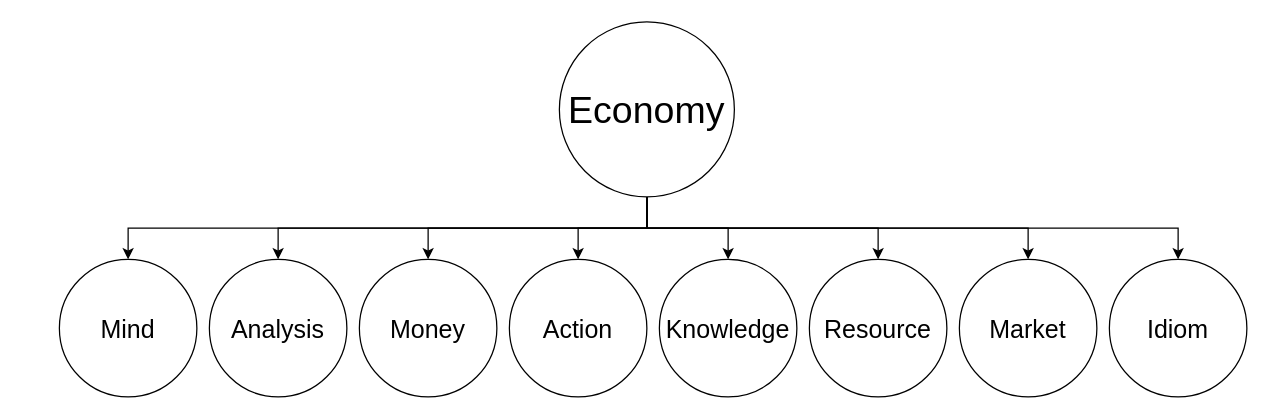
Before: page "Economy" (1 of 5) of design/file.drawio in kashanimorteza/economy_document, a draw.io diagram. Source tidied: cells renumbered, new cells numbered last; positions are measured from the earlier drawing's top-left corner, leaving out a move shared by most shapes. Both pictures are drawn from the tidied source at 125%, with x=0, y=0 at pixel (59, 21).
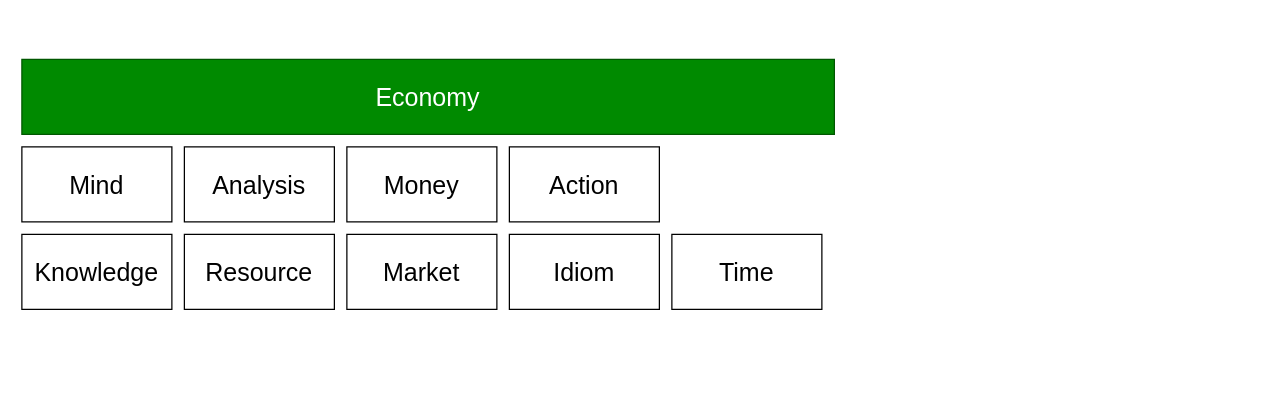
After the change.

What changed in the source:
```diff
@@
 <mxGraphModel>
   <root>
     <mxCell id="0" />
     <mxCell id="1" parent="0" />
-    <mxCell id="2" style="edgeStyle=orthogonalEdgeStyle;rounded=0;jettySize=auto;html=1;exitX=0.5;exitY=1;exitDx=0;exitDy=0;" parent="1" edge="1" source="4" target="5">
-      <mxGeometry relative="1" as="geometry" />
-    </mxCell>
-    <mxCell id="3" style="edgeStyle=orthogonalEdgeStyle;rounded=0;jettySize=auto;html=1;strokeColor=default;align=center;verticalAlign=middle;fontFamily=Helvetica;fontSize=11;fontColor=default;labelBackgroundColor=default;endArrow=classic;exitX=0.5;exitY=1;exitDx=0;exitDy=0;" parent="1" edge="1" source="4" target="6">
-      <mxGeometry relative="1" as="geometry" />
-    </mxCell>
-    <mxCell id="4" value="&lt;font style=&quot;font-size: 30px;&quot;&gt;Economy&lt;/font&gt;" style="ellipse;whiteSpace=wrap;html=1;" parent="1" vertex="1">
-      <mxGeometry x="400" width="140" height="140" as="geometry" />
-    </mxCell>
-    <mxCell id="5" value="Knowledge" style="ellipse;whiteSpace=wrap;html=1;fontSize=20;" parent="1" vertex="1">
-      <mxGeometry x="480" y="190" width="110" height="110" as="geometry" />
-    </mxCell>
+    <mxCell id="15" value="Analysis" style="whiteSpace=wrap;html=1;fontSize=20;" parent="1" vertex="1">
+      <mxGeometry x="100" y="100" width="120" height="60" as="geometry" />
+    </mxCell>
+    <mxCell id="11" value="Money" style="whiteSpace=wrap;html=1;fontSize=20;" parent="1" vertex="1">
+      <mxGeometry x="230" y="100" width="120" height="60" as="geometry" />
+    </mxCell>
+    <mxCell id="9" value="Action" style="whiteSpace=wrap;html=1;fontSize=20;" parent="1" vertex="1">
+      <mxGeometry x="360" y="100" width="120" height="60" as="geometry" />
+    </mxCell>
+    <mxCell id="17" value="Mind" style="whiteSpace=wrap;html=1;fontSize=20;" parent="1" vertex="1">
+      <mxGeometry x="-30" y="100" width="120" height="60" as="geometry" />
+    </mxCell>
-    <mxCell id="6" value="Resource" style="ellipse;whiteSpace=wrap;html=1;strokeColor=default;align=center;verticalAlign=middle;fontFamily=Helvetica;fontSize=20;fontColor=default;fillColor=default;" parent="1" vertex="1">
-      <mxGeometry x="600" y="190" width="110" height="110" as="geometry" />
+    <mxCell id="6" value="Resource" style="whiteSpace=wrap;html=1;fontSize=20;" parent="1" vertex="1">
+      <mxGeometry x="100" y="170" width="120" height="60" as="geometry" />
     </mxCell>
-    <mxCell id="7" value="Market" style="ellipse;whiteSpace=wrap;html=1;strokeColor=default;align=center;verticalAlign=middle;fontFamily=Helvetica;fontSize=20;fontColor=default;fillColor=default;" parent="1" vertex="1">
-      <mxGeometry x="720" y="190" width="110" height="110" as="geometry" />
+    <mxCell id="7" value="Market" style="whiteSpace=wrap;html=1;fontSize=20;" parent="1" vertex="1">
+      <mxGeometry x="230" y="170" width="120" height="60" as="geometry" />
     </mxCell>
-    <mxCell id="8" style="edgeStyle=orthogonalEdgeStyle;rounded=0;jettySize=auto;html=1;strokeColor=default;align=center;verticalAlign=middle;fontFamily=Helvetica;fontSize=11;fontColor=default;labelBackgroundColor=default;endArrow=classic;exitX=0.5;exitY=1;exitDx=0;exitDy=0;" parent="1" edge="1" source="4" target="7">
-      <mxGeometry relative="1" as="geometry" />
-    </mxCell>
-    <mxCell id="9" value="Action" style="ellipse;whiteSpace=wrap;html=1;fontSize=20;" parent="1" vertex="1">
-      <mxGeometry x="360" y="190" width="110" height="110" as="geometry" />
-    </mxCell>
-    <mxCell id="10" style="edgeStyle=orthogonalEdgeStyle;rounded=0;jettySize=auto;html=1;exitX=0.5;exitY=1;exitDx=0;exitDy=0;" parent="1" edge="1" source="4" target="9">
-      <mxGeometry relative="1" as="geometry" />
-    </mxCell>
-    <mxCell id="11" value="Money" style="ellipse;whiteSpace=wrap;html=1;fontSize=20;" parent="1" vertex="1">
-      <mxGeometry x="240" y="190" width="110" height="110" as="geometry" />
-    </mxCell>
-    <mxCell id="12" style="rounded=0;jettySize=auto;html=1;exitX=0.5;exitY=1;exitDx=0;exitDy=0;edgeStyle=orthogonalEdgeStyle;" parent="1" edge="1" source="4" target="11">
-      <mxGeometry relative="1" as="geometry" />
-    </mxCell>
-    <mxCell id="13" value="Idiom" style="ellipse;whiteSpace=wrap;html=1;strokeColor=default;align=center;verticalAlign=middle;fontFamily=Helvetica;fontSize=20;fontColor=default;fillColor=default;" parent="1" vertex="1">
-      <mxGeometry x="840" y="190" width="110" height="110" as="geometry" />
+    <mxCell id="13" value="Idiom" style="whiteSpace=wrap;html=1;fontSize=20;" parent="1" vertex="1">
+      <mxGeometry x="360" y="170" width="120" height="60" as="geometry" />
     </mxCell>
-    <mxCell id="14" style="edgeStyle=orthogonalEdgeStyle;rounded=0;jettySize=auto;html=1;strokeColor=default;align=center;verticalAlign=middle;fontFamily=Helvetica;fontSize=11;fontColor=default;labelBackgroundColor=default;endArrow=classic;exitX=0.5;exitY=1;exitDx=0;exitDy=0;" parent="1" edge="1" source="4" target="13">
-      <mxGeometry relative="1" as="geometry" />
-    </mxCell>
-    <mxCell id="15" value="Analysis" style="ellipse;whiteSpace=wrap;html=1;fontSize=20;" parent="1" vertex="1">
-      <mxGeometry x="120" y="190" width="110" height="110" as="geometry" />
-    </mxCell>
-    <mxCell id="16" style="rounded=0;jettySize=auto;html=1;exitX=0.5;exitY=1;exitDx=0;exitDy=0;edgeStyle=orthogonalEdgeStyle;" parent="1" edge="1" source="4" target="15">
-      <mxGeometry relative="1" as="geometry" />
-    </mxCell>
-    <mxCell id="17" value="Mind" style="ellipse;whiteSpace=wrap;html=1;fontSize=20;" parent="1" vertex="1">
-      <mxGeometry y="190" width="110" height="110" as="geometry" />
-    </mxCell>
-    <mxCell id="18" style="rounded=0;jettySize=auto;html=1;exitX=0.5;exitY=1;exitDx=0;exitDy=0;edgeStyle=orthogonalEdgeStyle;" parent="1" edge="1" source="4" target="17">
-      <mxGeometry relative="1" as="geometry" />
-    </mxCell>
+    <mxCell id="5" value="Knowledge" style="whiteSpace=wrap;html=1;fontSize=20;" parent="1" vertex="1">
+      <mxGeometry x="-30" y="170" width="120" height="60" as="geometry" />
+    </mxCell>
+    <mxCell id="19" value="Time" style="whiteSpace=wrap;html=1;fontSize=20;" parent="1" vertex="1">
+      <mxGeometry x="490" y="170" width="120" height="60" as="geometry" />
+    </mxCell>
+    <mxCell id="4" value="Economy" style="whiteSpace=wrap;html=1;fontSize=20;fontColor=#ffffff;fillColor=#008a00;strokeColor=#005700;" parent="1" vertex="1">
+      <mxGeometry x="-30" y="30" width="650" height="60" as="geometry" />
+    </mxCell>
   </root>
 </mxGraphModel>
```
